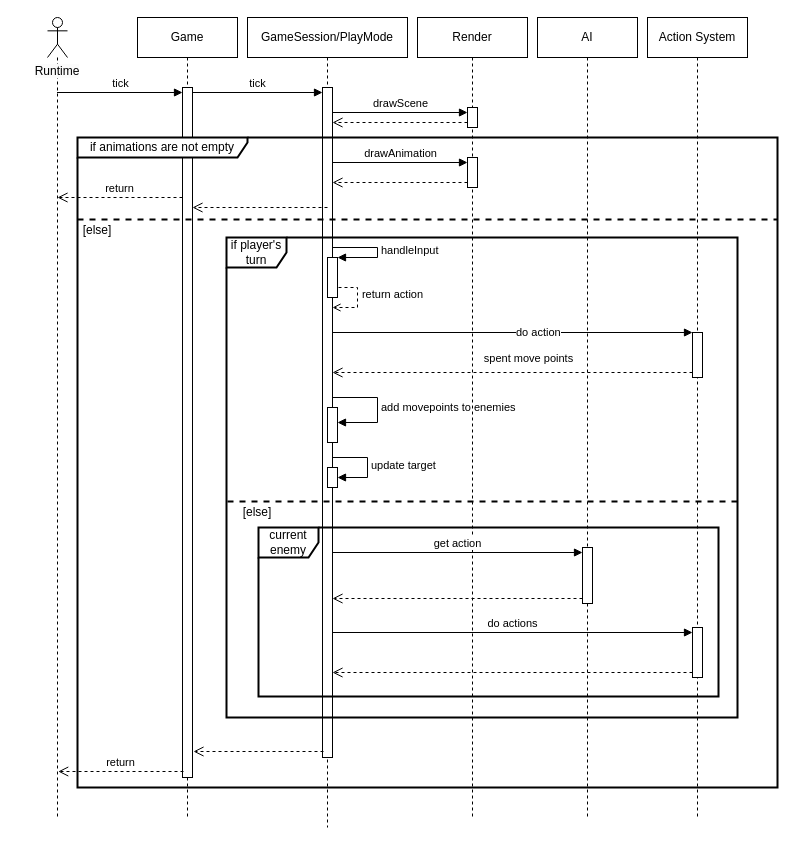
Earlier version of the draw.io diagram page "PlayMode tick" (3 of 7) of docs/schemas.drawio (vladimir-popov/forgotten_catacombs). Source tidied: cells renumbered, new cells numbered last; positions are measured from the earlier drawing's top-left corner, leaving out a move shared by most shapes. Both pictures are drawn from the tidied source at 100%, with x=0, y=0 at pixel (17, 17).
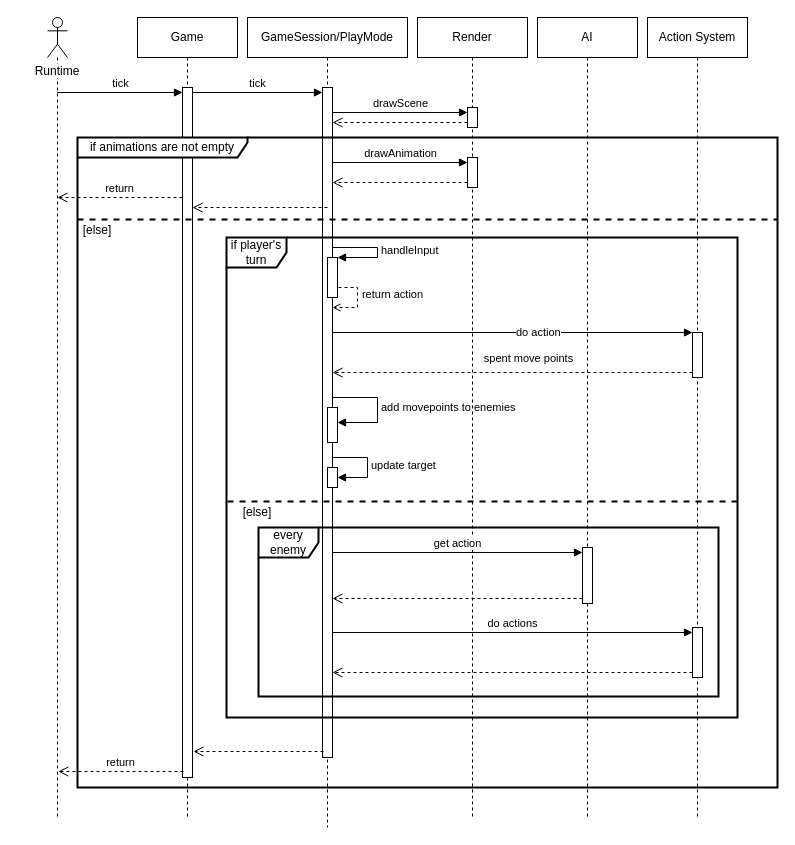
Above is the later version.

The edit, as a diff of the source:
```diff
@@
-    <mxCell id="47" value="current enemy" style="shape=umlFrame;whiteSpace=wrap;html=1;strokeWidth=2;" parent="1" vertex="1">
+    <mxCell id="47" value="every enemy" style="shape=umlFrame;whiteSpace=wrap;html=1;strokeWidth=2;" parent="1" vertex="1">
       <mxGeometry x="241" y="510" width="460" height="169" as="geometry" />
     </mxCell>
```
